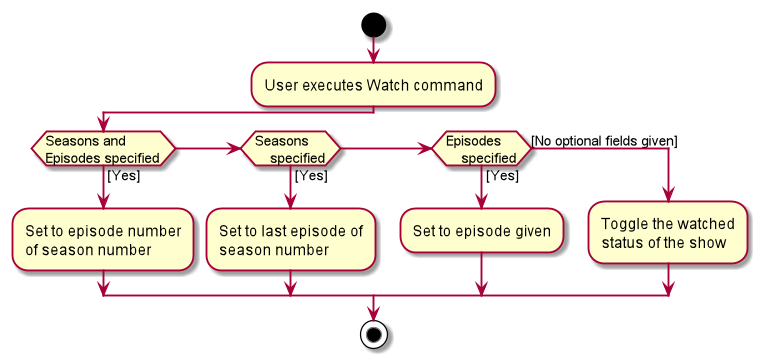
This is docs/images/WatchActivityDiagram.png from nus-cs2103-AY1920S1/addressbook-level3, a PlantUML export, as it was before one commit.
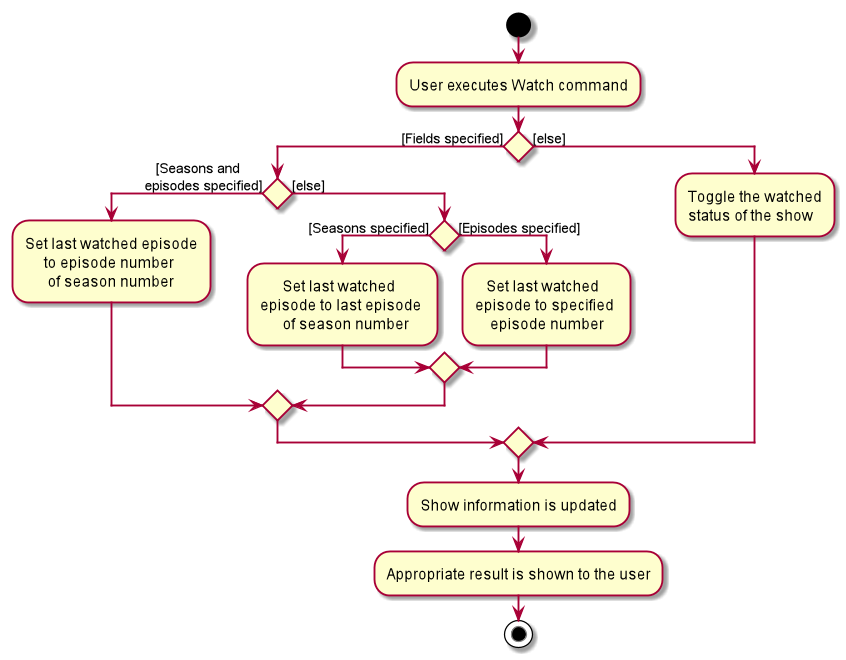
After the commit.

What changed in the source:
```diff
@@ -3,20 +3,29 @@
 :User executes Watch command;
 
 
-if (Seasons and
-Episodes specified) then ([Yes])
-    :Set to episode number
-    of season number;
-else if (Seasons
-    specified) then ([Yes])
-    :Set to last episode of
-    season number;
-else if (Episodes
-    specified) then ([Yes])
-    :Set to episode given;
-else ([No optional fields given])
+if () then ([Fields specified])
+if () then (   [Seasons and
+episodes specified])
+    :Set last watched episode
+         to episode number
+          of season number;
+else ([else])
+    if () then ([Seasons specified])
+        :      Set last watched
+        episode to last episode
+              of season number;
+    else ([Episodes specified])
+        :   Set last watched
+       episode to specified
+           episode number;
+     endif
+endif
+else ([else])
     :Toggle the watched
     status of the show;
 endif
+:Show information is updated;
+
+:Appropriate result is shown to the user;
 stop
 @enduml
```
